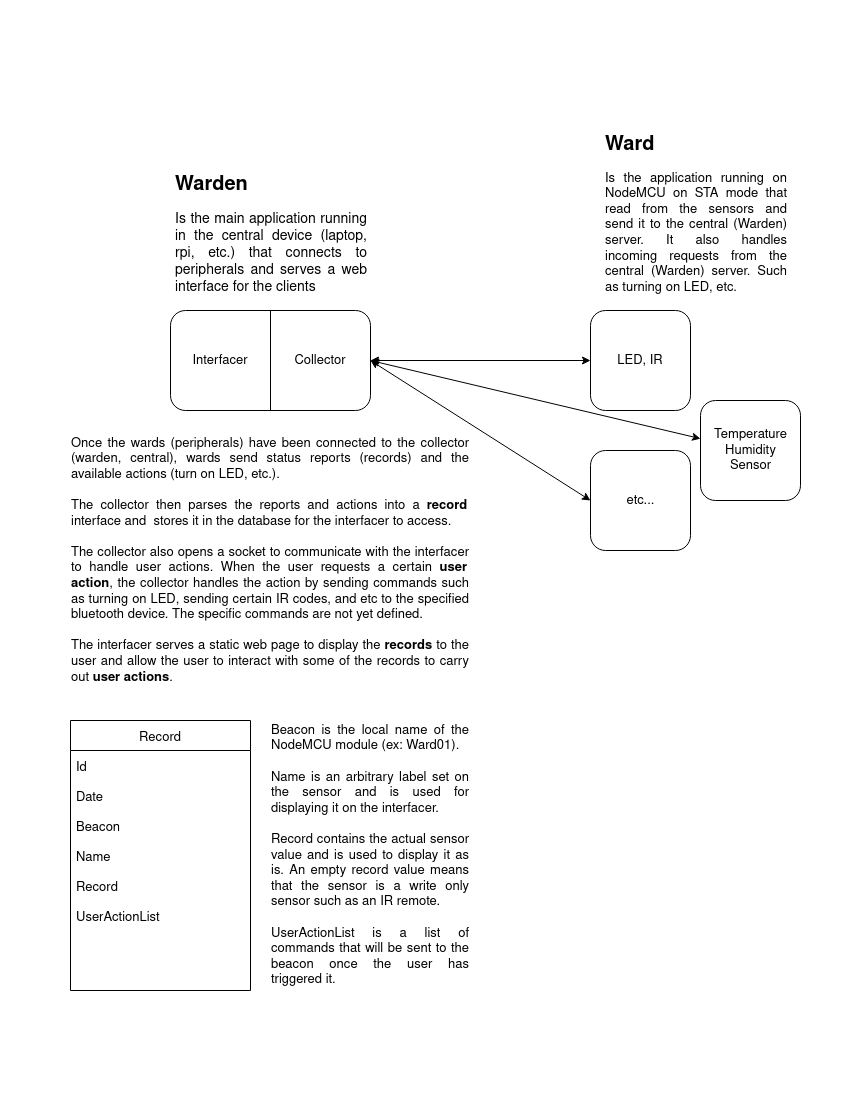
Earlier version of the draw.io export docs/diagram.png (thinkty/warden). Source tidied: cells renumbered, new cells last; positions are measured from the earlier drawing's top-left corner, leaving out a move shared by most shapes.
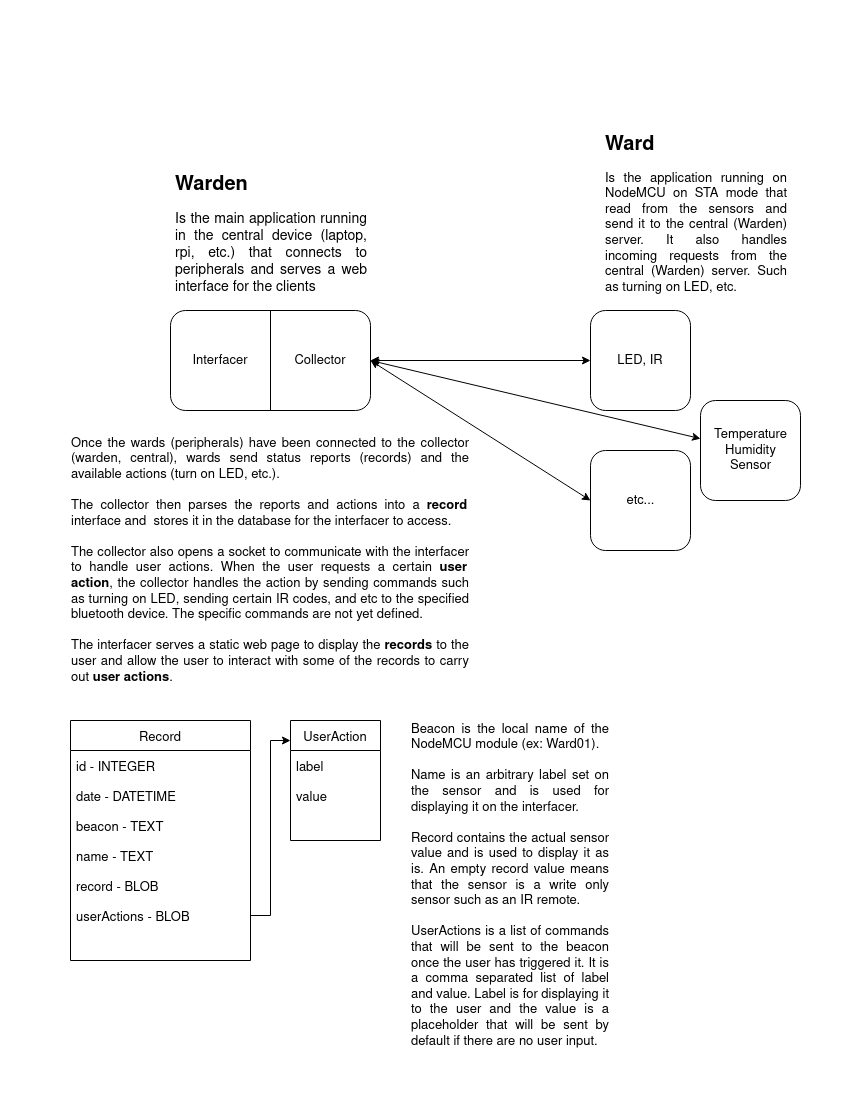
The same diagram one commit later.

Commit message:
Updated diagram to show user actions

The edit, as a diff of the source:
```diff
@@ -66,34 +66,46 @@
       <mxGeometry y="290" width="400" height="280" as="geometry" />
     </mxCell>
     <mxCell id="23" value="Record" style="swimlane;fontStyle=0;horizontal=1;startSize=30;fontSize=13;" parent="1" vertex="1">
-      <mxGeometry y="590" width="180" height="270" as="geometry" />
+      <mxGeometry y="590" width="180" height="240" as="geometry" />
     </mxCell>
-    <mxCell id="24" value="Id" style="text;strokeColor=none;fillColor=none;align=left;verticalAlign=middle;spacingLeft=4;spacingRight=4;overflow=hidden;fontSize=13;" parent="23" vertex="1">
+    <mxCell id="24" value="id - INTEGER" style="text;strokeColor=none;fillColor=none;align=left;verticalAlign=middle;spacingLeft=4;spacingRight=4;overflow=hidden;fontSize=13;" parent="23" vertex="1">
       <mxGeometry y="30" width="180" height="30" as="geometry" />
     </mxCell>
-    <mxCell id="25" value="Date" style="text;strokeColor=none;fillColor=none;align=left;verticalAlign=middle;spacingLeft=4;spacingRight=4;overflow=hidden;fontSize=13;" parent="23" vertex="1">
+    <mxCell id="25" value="date - DATETIME" style="text;strokeColor=none;fillColor=none;align=left;verticalAlign=middle;spacingLeft=4;spacingRight=4;overflow=hidden;fontSize=13;" parent="23" vertex="1">
       <mxGeometry y="60" width="180" height="30" as="geometry" />
     </mxCell>
-    <mxCell id="26" value="Beacon" style="text;strokeColor=none;fillColor=none;align=left;verticalAlign=middle;spacingLeft=4;spacingRight=4;overflow=hidden;fontSize=13;" parent="23" vertex="1">
+    <mxCell id="26" value="beacon - TEXT" style="text;strokeColor=none;fillColor=none;align=left;verticalAlign=middle;spacingLeft=4;spacingRight=4;overflow=hidden;fontSize=13;" parent="23" vertex="1">
       <mxGeometry y="90" width="180" height="30" as="geometry" />
     </mxCell>
-    <mxCell id="27" value="Name" style="text;strokeColor=none;fillColor=none;align=left;verticalAlign=middle;spacingLeft=4;spacingRight=4;overflow=hidden;fontSize=13;" parent="23" vertex="1">
+    <mxCell id="27" value="name - TEXT" style="text;strokeColor=none;fillColor=none;align=left;verticalAlign=middle;spacingLeft=4;spacingRight=4;overflow=hidden;fontSize=13;" parent="23" vertex="1">
       <mxGeometry y="120" width="180" height="30" as="geometry" />
     </mxCell>
-    <mxCell id="28" value="Record" style="text;strokeColor=none;fillColor=none;align=left;verticalAlign=middle;spacingLeft=4;spacingRight=4;overflow=hidden;fontSize=13;" parent="23" vertex="1">
+    <mxCell id="28" value="record - BLOB" style="text;strokeColor=none;fillColor=none;align=left;verticalAlign=middle;spacingLeft=4;spacingRight=4;overflow=hidden;fontSize=13;" parent="23" vertex="1">
       <mxGeometry y="150" width="180" height="30" as="geometry" />
     </mxCell>
-    <mxCell id="29" value="UserActionList" style="text;strokeColor=none;fillColor=none;align=left;verticalAlign=middle;spacingLeft=4;spacingRight=4;overflow=hidden;points=[[0,0.5],[1,0.5]];portConstraint=eastwest;fontSize=13;" parent="23" vertex="1">
+    <mxCell id="29" value="userActions - BLOB" style="text;strokeColor=none;fillColor=none;align=left;verticalAlign=middle;spacingLeft=4;spacingRight=4;overflow=hidden;points=[[0,0.5],[1,0.5]];portConstraint=eastwest;fontSize=13;" parent="23" vertex="1">
       <mxGeometry y="180" width="180" height="30" as="geometry" />
     </mxCell>
-    <mxCell id="30" style="text;strokeColor=none;fillColor=none;align=left;verticalAlign=middle;spacingLeft=4;spacingRight=4;overflow=hidden;fontSize=13;" parent="23" vertex="1">
-      <mxGeometry y="210" width="180" height="30" as="geometry" />
-    </mxCell>
     <mxCell id="31" style="text;strokeColor=none;fillColor=none;align=left;verticalAlign=middle;spacingLeft=4;spacingRight=4;overflow=hidden;fontSize=13;" parent="23" vertex="1">
-      <mxGeometry y="240" width="180" height="30" as="geometry" />
+      <mxGeometry y="210" width="180" height="30" as="geometry" />
     </mxCell>
-    <mxCell id="32" value="&lt;div align=&quot;justify&quot;&gt;Beacon is the local name of the NodeMCU module (ex: Ward01).&lt;/div&gt;&lt;div align=&quot;justify&quot;&gt;&lt;br&gt;&lt;/div&gt;&lt;div align=&quot;justify&quot;&gt;Name is an arbitrary label set on the sensor and is used for displaying it on the interfacer.&lt;/div&gt;&lt;div align=&quot;justify&quot;&gt;&lt;br&gt;&lt;/div&gt;&lt;div align=&quot;justify&quot;&gt;Record contains the actual sensor value and is used to display it as is. An empty record value means that the sensor is a write only sensor such as an IR remote.&lt;/div&gt;&lt;div align=&quot;justify&quot;&gt;&lt;br&gt;&lt;/div&gt;&lt;div align=&quot;justify&quot;&gt;UserActionList is a list of commands that will be sent to the beacon once the user has triggered it.&lt;br&gt;&lt;/div&gt;" style="text;html=1;strokeColor=none;fillColor=none;align=center;verticalAlign=middle;whiteSpace=wrap;rounded=0;fontSize=13;" parent="1" vertex="1">
-      <mxGeometry x="200" y="570" width="200" height="310" as="geometry" />
+    <mxCell id="32" value="&lt;div align=&quot;justify&quot;&gt;Beacon is the local name of the NodeMCU module (ex: Ward01).&lt;/div&gt;&lt;div align=&quot;justify&quot;&gt;&lt;br&gt;&lt;/div&gt;&lt;div align=&quot;justify&quot;&gt;Name is an arbitrary label set on the sensor and is used for displaying it on the interfacer.&lt;/div&gt;&lt;div align=&quot;justify&quot;&gt;&lt;br&gt;&lt;/div&gt;&lt;div align=&quot;justify&quot;&gt;Record contains the actual sensor value and is used to display it as is. An empty record value means that the sensor is a write only sensor such as an IR remote.&lt;/div&gt;&lt;div align=&quot;justify&quot;&gt;&lt;br&gt;&lt;/div&gt;&lt;div align=&quot;justify&quot;&gt;UserActions is a list of commands that will be sent to the beacon once the user has triggered it. It is a comma separated list of label and value. Label is for displaying it to the user and the value is a placeholder that will be sent by default if there are no user input.&lt;br&gt;&lt;/div&gt;" style="text;html=1;strokeColor=none;fillColor=none;align=center;verticalAlign=middle;whiteSpace=wrap;rounded=0;fontSize=13;" parent="1" vertex="1">
+      <mxGeometry x="340" y="590" width="200" height="330" as="geometry" />
     </mxCell>
+    <mxCell id="33" value="UserAction" style="swimlane;fontStyle=0;horizontal=1;startSize=30;fontSize=13;" parent="1" vertex="1">
+      <mxGeometry x="220" y="590" width="90" height="120" as="geometry" />
+    </mxCell>
+    <mxCell id="34" value="label" style="text;strokeColor=none;fillColor=none;align=left;verticalAlign=middle;spacingLeft=4;spacingRight=4;overflow=hidden;fontSize=13;" parent="33" vertex="1">
+      <mxGeometry y="30" width="90" height="30" as="geometry" />
+    </mxCell>
+    <mxCell id="35" value="value" style="text;strokeColor=none;fillColor=none;align=left;verticalAlign=middle;spacingLeft=4;spacingRight=4;overflow=hidden;fontSize=13;" parent="33" vertex="1">
+      <mxGeometry y="60" width="90" height="30" as="geometry" />
+    </mxCell>
+    <mxCell id="36" style="text;strokeColor=none;fillColor=none;align=left;verticalAlign=middle;spacingLeft=4;spacingRight=4;overflow=hidden;fontSize=13;" parent="33" vertex="1">
+      <mxGeometry y="90" width="90" height="30" as="geometry" />
+    </mxCell>
+    <mxCell id="37" style="edgeStyle=orthogonalEdgeStyle;rounded=0;jettySize=auto;html=1;exitX=1;exitY=0.5;exitDx=0;exitDy=0;entryX=0;entryY=0.167;entryDx=0;entryDy=0;entryPerimeter=0;" parent="1" edge="1" source="29" target="33">
+      <mxGeometry relative="1" as="geometry" />
+    </mxCell>
   </root>
 </mxGraphModel>
```
